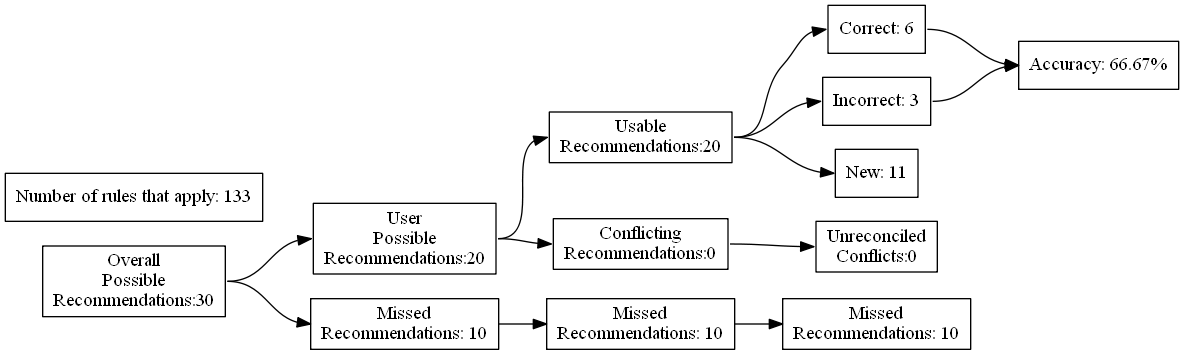
Before: test_renders/18.gv.png, a diagram exported from Graphviz (ZaxR/ibd_diet_analysis). Its source is kept beside it as test_renders/18.gv. Source of this version:
```dot
digraph {
	graph [rankdir=LR]
	node [pos=r shape=box]
	edge [headport=w tailport=e]
		A [label="Overall
Possible
Recommendations:30"]
		B [label="User
Possible
Recommendations:20"]
		C [label="Missed
Recommendations: 10"]
		D [label="Usable
Recommendations:20"]
		E [label="Conflicting
Recommendations:0"]
		J [label="Missed
Recommendations: 10"]
		M [label="Unreconciled
Conflicts:0"]
		F [label="Correct: 6"]
		G [label="Incorrect: 3"]
		H [label="New: 11"]
		K [label="Missed
Recommendations: 10"]
		I [label="Accuracy: 66.67%"]
		l [label="Number of rules that apply: 133"]
			A -> B
			A -> C
			B -> D
			B -> E
			D -> F
			D -> G
			D -> H
			F -> I
			G -> I
			C -> J
			J -> K
			E -> M
}
```
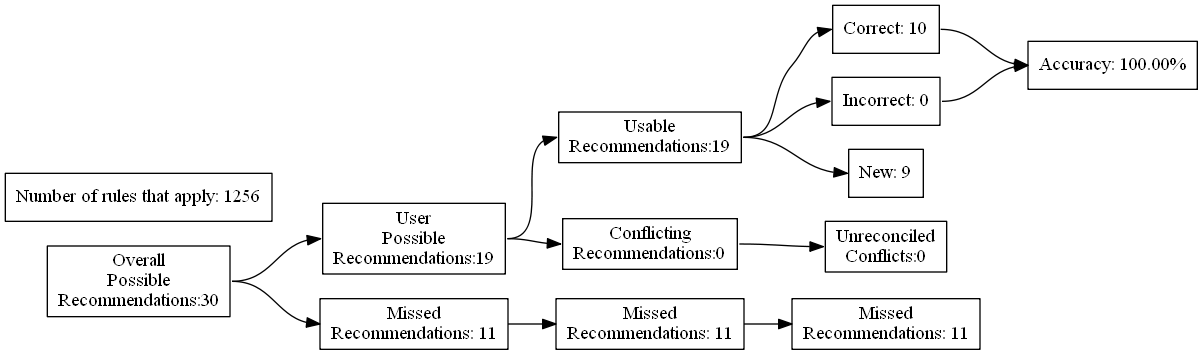
The same file after the commit.

Change to the diagram source:
```diff
@@ -7,24 +7,24 @@
 Recommendations:30"]
 		B [label="User
 Possible
-Recommendations:20"]
+Recommendations:19"]
 		C [label="Missed
-Recommendations: 10"]
+Recommendations: 11"]
 		D [label="Usable
-Recommendations:20"]
+Recommendations:19"]
 		E [label="Conflicting
 Recommendations:0"]
 		J [label="Missed
-Recommendations: 10"]
+Recommendations: 11"]
 		M [label="Unreconciled
 Conflicts:0"]
-		F [label="Correct: 6"]
-		G [label="Incorrect: 3"]
-		H [label="New: 11"]
+		F [label="Correct: 10"]
+		G [label="Incorrect: 0"]
+		H [label="New: 9"]
 		K [label="Missed
-Recommendations: 10"]
-		I [label="Accuracy: 66.67%"]
-		l [label="Number of rules that apply: 133"]
+Recommendations: 11"]
+		I [label="Accuracy: 100.00%"]
+		l [label="Number of rules that apply: 1256"]
 			A -> B
 			A -> C
 			B -> D
```
